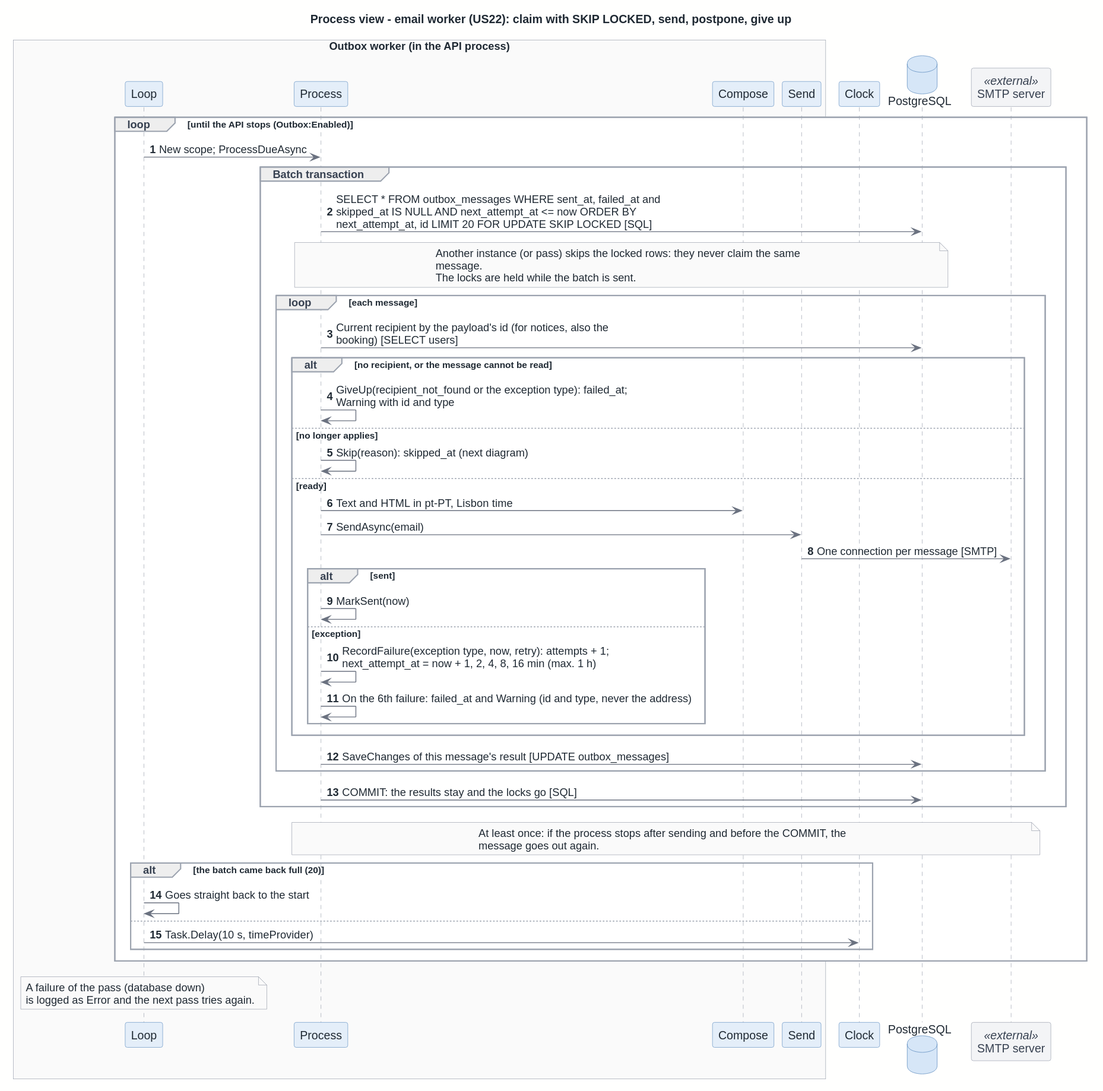
Earlier version of the PlantUML export docs/architecture/out/process-outbox.svg (rodrigo4sousa/SportsEstablishments).
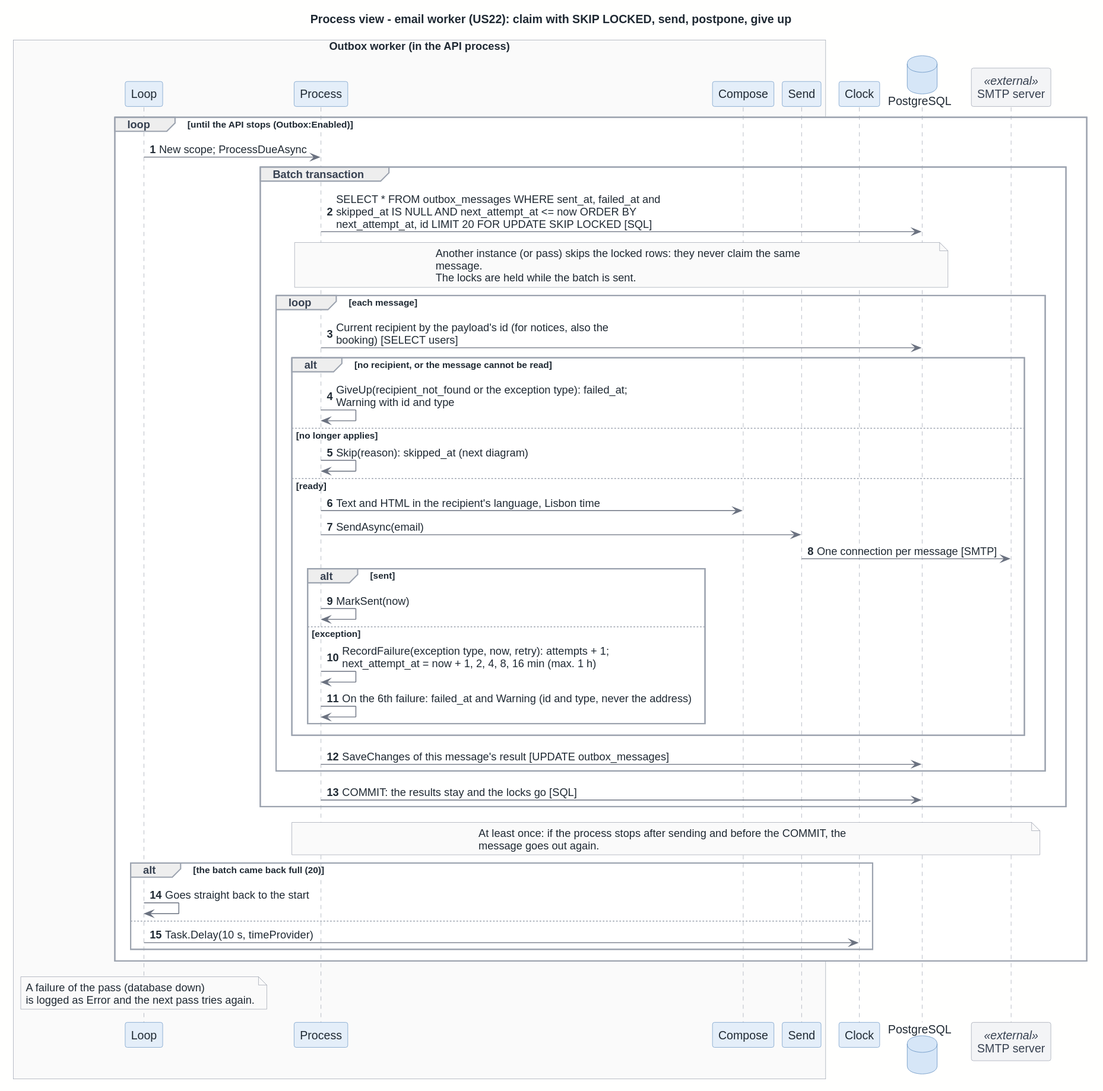
After the commit.

The edit, as a diff of the source:
```diff
@@ -26,7 +26,7 @@
       else no longer applies
         API_NOTIF_PROC -> API_NOTIF_PROC : Skip(reason): skipped_at (next diagram)
       else ready
-        API_NOTIF_PROC -> API_NOTIF_COMPOSE : Text and HTML in pt-PT, Lisbon time
+        API_NOTIF_PROC -> API_NOTIF_COMPOSE : Text and HTML in the recipient's language, Lisbon time
         API_NOTIF_PROC -> API_NOTIF_SENDER : SendAsync(email)
         API_NOTIF_SENDER -> X_SMTP : One connection per message [SMTP]
         alt sent
```
